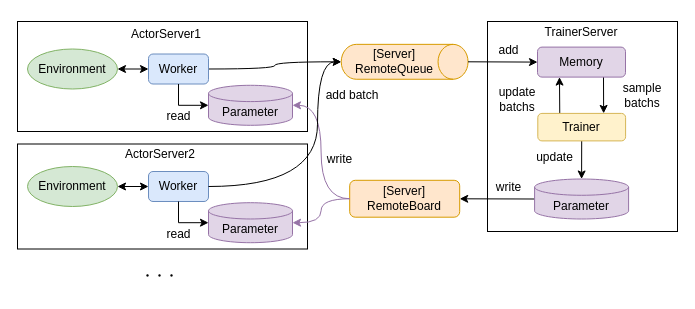
Above: page "mp" (2 of 5) of diagrams/overview.drawio in pocokhc/simple_distributed_rl (draw.io), before the change. Source tidied: cells renumbered, new cells numbered last; positions are measured from the earlier drawing's top-left corner, leaving out a move shared by most shapes. Both pictures are drawn from the tidied source at 100%, with x=0, y=0 at pixel (17, -2).
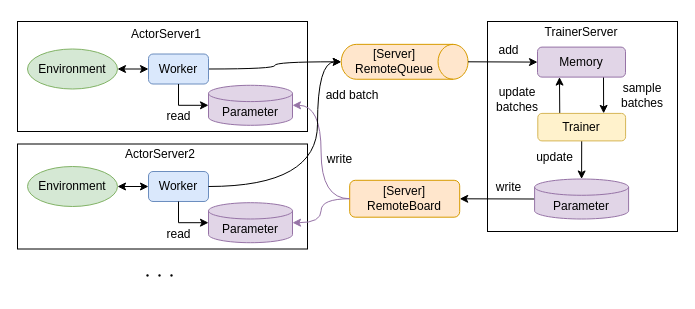
Above is the later version.

The edit, as a diff of the source:
```diff
@@
-    <mxCell id="12" value="sample&lt;br&gt;batchs" style="text;html=1;strokeColor=none;fillColor=none;align=center;verticalAlign=middle;whiteSpace=wrap;rounded=0;" parent="1" vertex="1">
+    <mxCell id="12" value="sample&lt;br&gt;batches" style="text;html=1;strokeColor=none;fillColor=none;align=center;verticalAlign=middle;whiteSpace=wrap;rounded=0;" parent="1" vertex="1">
       <mxGeometry x="590" y="82.4" width="70" height="30" as="geometry" />
     </mxCell>
@@
-    <mxCell id="39" value="update&lt;br&gt;batchs" style="text;html=1;strokeColor=none;fillColor=none;align=center;verticalAlign=middle;whiteSpace=wrap;rounded=0;" parent="1" vertex="1">
+    <mxCell id="39" value="update&lt;br&gt;batches" style="text;html=1;strokeColor=none;fillColor=none;align=center;verticalAlign=middle;whiteSpace=wrap;rounded=0;" parent="1" vertex="1">
       <mxGeometry x="470" y="85.7" width="60" height="30" as="geometry" />
     </mxCell>
```
